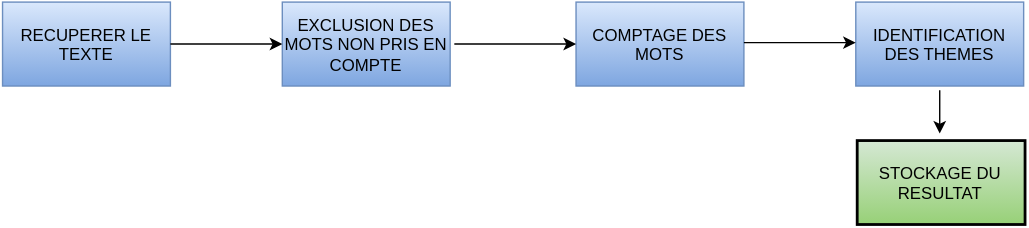
Earlier version of the draw.io export 29-04/Processus.svg (Zeriuno/crawler). Source tidied: cells renumbered, new cells last; positions are measured from the earlier drawing's top-left corner, leaving out a move shared by most shapes.
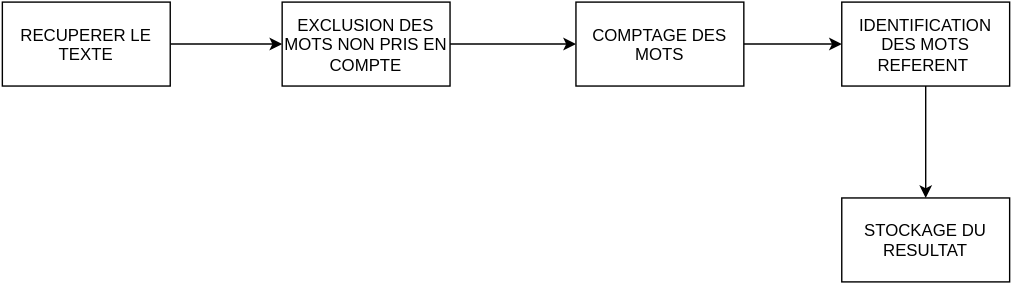
Later version of the same file.

Commit message:
processu.svg meme chose difference dans l'avant dernier rectangle

processu.svg meme chose difference dans l'avant dernier rectangle

Diff of the diagram source:
```diff
@@ -2,56 +2,32 @@
   <root>
     <mxCell id="0" />
     <mxCell id="1" parent="0" />
+    <mxCell id="11" style="edgeStyle=orthogonalEdgeStyle;rounded=1;html=1;entryX=0;entryY=0.5;jettySize=auto;" parent="1" edge="1" source="2" target="3">
+      <mxGeometry relative="1" as="geometry" />
+    </mxCell>
-    <mxCell id="2" value="RECUPERER LE TEXTE" style="whiteSpace=wrap;html=1;plain-blue;" parent="1" vertex="1">
+    <mxCell id="2" value="RECUPERER LE TEXTE" style="whiteSpace=wrap;html=1;" parent="1" vertex="1">
       <mxGeometry width="120" height="60" as="geometry" />
     </mxCell>
+    <mxCell id="12" style="edgeStyle=orthogonalEdgeStyle;rounded=1;html=1;jettySize=auto;" parent="1" edge="1" source="3" target="6">
+      <mxGeometry relative="1" as="geometry" />
+    </mxCell>
-    <mxCell id="3" value="EXCLUSION DES MOTS NON PRIS EN COMPTE" style="whiteSpace=wrap;html=1;plain-blue;" parent="1" vertex="1">
+    <mxCell id="3" value="EXCLUSION DES MOTS NON PRIS EN COMPTE" style="whiteSpace=wrap;html=1;" parent="1" vertex="1">
       <mxGeometry x="200" width="120" height="60" as="geometry" />
     </mxCell>
-    <mxCell id="4" value="COMPTAGE DES MOTS" style="whiteSpace=wrap;html=1;plain-blue;" parent="1" vertex="1">
-      <mxGeometry x="410" width="120" height="60" as="geometry" />
-    </mxCell>
-    <mxCell id="5" value="IDENTIFICATION DES THEMES" style="whiteSpace=wrap;html=1;plain-blue;" parent="1" vertex="1">
-      <mxGeometry x="610" width="120" height="60" as="geometry" />
-    </mxCell>
+    <mxCell id="13" style="edgeStyle=orthogonalEdgeStyle;rounded=1;html=1;jettySize=auto;" parent="1" edge="1" source="6" target="10">
+      <mxGeometry relative="1" as="geometry" />
+    </mxCell>
-    <mxCell id="6" value="STOCKAGE DU RESULTAT" style="whiteSpace=wrap;html=1;plain-green;strokeWidth=2;strokeColor=#000000;" parent="1" vertex="1">
-      <mxGeometry x="611" y="99" width="120" height="60" as="geometry" />
+    <mxCell id="6" value="COMPTAGE DES MOTS" style="whiteSpace=wrap;html=1;" parent="1" vertex="1">
+      <mxGeometry x="410" width="120" height="60" as="geometry" />
     </mxCell>
-    <mxCell id="7" style="endArrow=classic;html=1;entryX=0;entryY=0.5;" parent="1" edge="1" target="3">
-      <mxGeometry relative="1" as="geometry">
-        <mxPoint x="120" y="30" as="sourcePoint" />
-        <Array as="points">
-          <mxPoint x="120" y="30" />
-        </Array>
-      </mxGeometry>
-    </mxCell>
-    <mxCell id="8" style="endArrow=classic;html=1;entryX=0;entryY=0.5;" parent="1" edge="1">
-      <mxGeometry relative="1" as="geometry">
-        <mxPoint x="330" y="30" as="sourcePoint" />
-        <mxPoint x="410" y="30" as="targetPoint" />
-        <Array as="points">
-          <mxPoint x="320" y="30" />
-        </Array>
-      </mxGeometry>
-    </mxCell>
-    <mxCell id="9" style="endArrow=classic;html=1;entryX=0;entryY=0.5;" parent="1" edge="1">
-      <mxGeometry relative="1" as="geometry">
-        <mxPoint x="530" y="29" as="sourcePoint" />
-        <mxPoint x="610" y="29" as="targetPoint" />
-        <Array as="points">
-          <mxPoint x="530" y="29" />
-        </Array>
-      </mxGeometry>
-    </mxCell>
+    <mxCell id="14" style="edgeStyle=orthogonalEdgeStyle;rounded=1;html=1;entryX=0.5;entryY=0;jettySize=auto;" parent="1" edge="1" source="10" target="15">
+      <mxGeometry relative="1" as="geometry" />
+    </mxCell>
-    <mxCell id="10" style="endArrow=classic;html=1;" parent="1" edge="1">
-      <mxGeometry relative="1" as="geometry">
-        <mxPoint x="670" y="63" as="sourcePoint" />
-        <mxPoint x="670" y="94" as="targetPoint" />
-        <Array as="points">
-          <mxPoint x="670" y="63" />
-          <mxPoint x="670" y="94" />
-        </Array>
-      </mxGeometry>
+    <mxCell id="10" value="IDENTIFICATION DES MOTS REFERENT&amp;nbsp;" style="whiteSpace=wrap;html=1;" parent="1" vertex="1">
+      <mxGeometry x="600" width="120" height="60" as="geometry" />
     </mxCell>
+    <mxCell id="15" value="STOCKAGE DU RESULTAT" style="whiteSpace=wrap;html=1;" parent="1" vertex="1">
+      <mxGeometry x="600" y="140" width="120" height="60" as="geometry" />
+    </mxCell>
   </root>
 </mxGraphModel>
```
